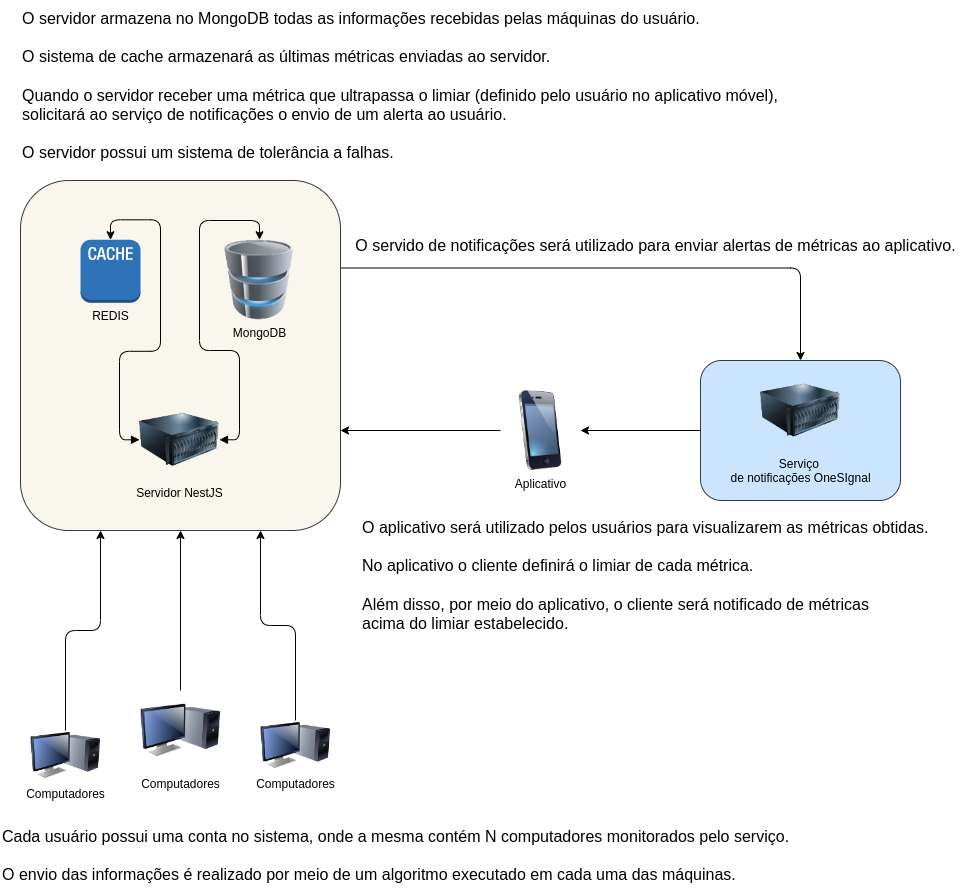
The draw.io diagram arq.png in jhonatancunha/hwhealth, before a commit. Source tidied: cells renumbered, new cells last; positions are measured from the earlier drawing's top-left corner, leaving out a move shared by most shapes.
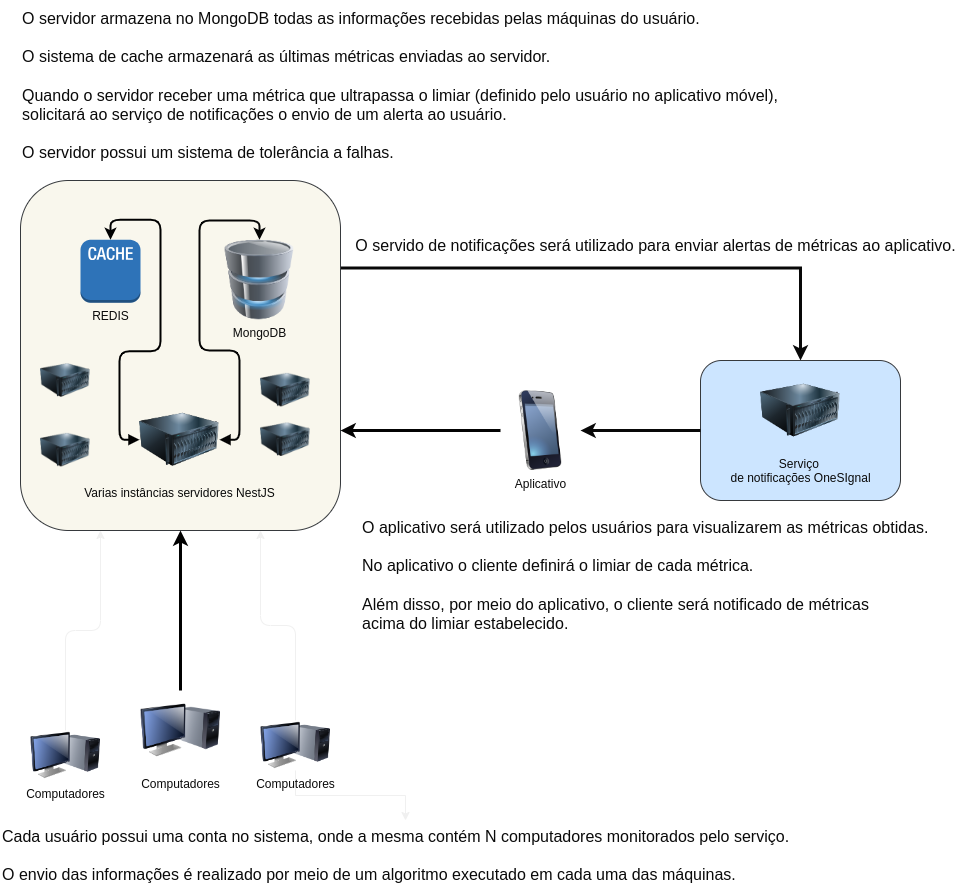
After the change.

Commit message:
refactor: alterando imagem arquitetura do sistema

Change to the diagram source:
```diff
@@ -2,91 +2,116 @@
   <root>
     <mxCell id="0" />
     <mxCell id="1" parent="0" />
-    <mxCell id="2" style="edgeStyle=orthogonalEdgeStyle;rounded=1;jettySize=auto;html=1;exitX=1;exitY=0.25;exitDx=0;exitDy=0;entryX=0.5;entryY=0;entryDx=0;entryDy=0;" parent="1" edge="1" source="3" target="14">
-      <mxGeometry relative="1" as="geometry">
-        <Array as="points">
-          <mxPoint x="800" y="268" />
-        </Array>
-      </mxGeometry>
-    </mxCell>
-    <mxCell id="3" style="rounded=1;whiteSpace=wrap;html=1;fillColor=#f9f7ed;strokeColor=#36393d;" parent="1" vertex="1">
-      <mxGeometry x="20" y="180" width="320" height="350" as="geometry" />
-    </mxCell>
-    <mxCell id="4" style="edgeStyle=orthogonalEdgeStyle;rounded=1;jettySize=auto;html=1;" parent="1" edge="1" source="5">
-      <mxGeometry relative="1" as="geometry">
-        <mxPoint x="340" y="430" as="targetPoint" />
-        <Array as="points">
-          <mxPoint x="340" y="430" />
-        </Array>
-      </mxGeometry>
-    </mxCell>
+    <mxCell id="25" style="edgeStyle=orthogonalEdgeStyle;rounded=1;jettySize=auto;html=1;exitX=1;exitY=0.25;exitDx=0;exitDy=0;entryX=0.5;entryY=0;entryDx=0;entryDy=0;fontColor=#0A0A0A;" parent="1" edge="1" source="27" target="35">
+      <mxGeometry relative="1" as="geometry">
+        <Array as="points">
+          <mxPoint x="800" y="268" />
+        </Array>
+      </mxGeometry>
+    </mxCell>
+    <mxCell id="26" style="edgeStyle=orthogonalEdgeStyle;rounded=0;jettySize=auto;html=1;exitX=1;exitY=0.25;exitDx=0;exitDy=0;entryX=0.5;entryY=0;entryDx=0;entryDy=0;fontColor=#1F1F1F;strokeColor=#080808;strokeWidth=3;" parent="1" edge="1" source="27" target="35">
+      <mxGeometry relative="1" as="geometry" />
+    </mxCell>
+    <mxCell id="27" style="rounded=1;whiteSpace=wrap;html=1;fillColor=#f9f7ed;strokeColor=#36393d;fontColor=#0A0A0A;" parent="1" vertex="1">
+      <mxGeometry x="20" y="180" width="320" height="350" as="geometry" />
+    </mxCell>
+    <mxCell id="28" style="edgeStyle=orthogonalEdgeStyle;rounded=1;jettySize=auto;html=1;fontColor=#0A0A0A;strokeColor=#030303;strokeWidth=3;" parent="1" edge="1" source="5">
+      <mxGeometry relative="1" as="geometry">
+        <mxPoint x="340" y="430" as="targetPoint" />
+        <Array as="points">
+          <mxPoint x="410" y="430" />
+          <mxPoint x="410" y="430" />
+        </Array>
+      </mxGeometry>
+    </mxCell>
-    <mxCell id="5" value="Aplicativo" style="image;html=1;image=img/lib/clip_art/telecommunication/iPhone_128x128.png;rounded=1;" parent="1" vertex="1">
+    <mxCell id="5" value="Aplicativo" style="image;html=1;image=img/lib/clip_art/telecommunication/iPhone_128x128.png;rounded=1;fontColor=#0A0A0A;labelBackgroundColor=none;" parent="1" vertex="1">
       <mxGeometry x="500" y="390" width="80" height="80" as="geometry" />
     </mxCell>
-    <mxCell id="6" value="MongoDB" style="image;html=1;image=img/lib/clip_art/computers/Database_128x128.png;rounded=1;labelBackgroundColor=none;" parent="1" vertex="1">
+    <mxCell id="6" value="MongoDB" style="image;html=1;image=img/lib/clip_art/computers/Database_128x128.png;rounded=1;labelBackgroundColor=none;fontColor=#0A0A0A;" parent="1" vertex="1">
       <mxGeometry x="219" y="239.2" width="80" height="80" as="geometry" />
     </mxCell>
-    <mxCell id="7" style="edgeStyle=orthogonalEdgeStyle;rounded=1;jettySize=auto;html=1;exitX=0.5;exitY=0;exitDx=0;exitDy=0;" parent="1" edge="1" source="8" target="3">
-      <mxGeometry relative="1" as="geometry" />
-    </mxCell>
-    <mxCell id="8" value="Computadores" style="image;html=1;image=img/lib/clip_art/computers/Monitor_Tower_128x128.png;rounded=1;" parent="1" vertex="1">
-      <mxGeometry x="140" y="690" width="80" height="80" as="geometry" />
-    </mxCell>
-    <mxCell id="9" style="edgeStyle=orthogonalEdgeStyle;rounded=1;jettySize=auto;html=1;exitX=1;exitY=0.5;exitDx=0;exitDy=0;entryX=0.5;entryY=0;entryDx=0;entryDy=0;startArrow=block;startFill=1;" parent="1" edge="1" source="11" target="6">
-      <mxGeometry relative="1" as="geometry">
-        <Array as="points">
-          <mxPoint x="239" y="439" />
-          <mxPoint x="239" y="350" />
-          <mxPoint x="199" y="350" />
-          <mxPoint x="199" y="220" />
-          <mxPoint x="259" y="220" />
-        </Array>
-      </mxGeometry>
-    </mxCell>
-    <mxCell id="10" style="edgeStyle=orthogonalEdgeStyle;rounded=1;jettySize=auto;html=1;exitX=0;exitY=0.5;exitDx=0;exitDy=0;entryX=0.5;entryY=0;entryDx=0;entryDy=0;entryPerimeter=0;startArrow=block;startFill=1;" parent="1" edge="1" source="11" target="12">
-      <mxGeometry relative="1" as="geometry" />
-    </mxCell>
-    <mxCell id="11" value="Servidor NestJS" style="image;html=1;image=img/lib/clip_art/computers/Server_128x128.png;rounded=1;labelBackgroundColor=none;" parent="1" vertex="1">
-      <mxGeometry x="139" y="399.2" width="80" height="80" as="geometry" />
-    </mxCell>
+    <mxCell id="29" style="edgeStyle=orthogonalEdgeStyle;rounded=1;jettySize=auto;html=1;exitX=0.5;exitY=0;exitDx=0;exitDy=0;fontColor=#0A0A0A;strokeColor=#000000;strokeWidth=3;" parent="1" edge="1" source="30" target="27">
+      <mxGeometry relative="1" as="geometry" />
+    </mxCell>
+    <mxCell id="30" value="Computadores" style="image;html=1;image=img/lib/clip_art/computers/Monitor_Tower_128x128.png;rounded=1;fontColor=#0A0A0A;labelBackgroundColor=none;" parent="1" vertex="1">
+      <mxGeometry x="140" y="690" width="80" height="80" as="geometry" />
+    </mxCell>
+    <mxCell id="31" style="edgeStyle=orthogonalEdgeStyle;rounded=1;jettySize=auto;html=1;exitX=1;exitY=0.5;exitDx=0;exitDy=0;entryX=0.5;entryY=0;entryDx=0;entryDy=0;startArrow=block;startFill=1;fontColor=#0A0A0A;strokeColor=#050505;strokeWidth=2;" parent="1" edge="1" source="33" target="6">
+      <mxGeometry relative="1" as="geometry">
+        <Array as="points">
+          <mxPoint x="239" y="439" />
+          <mxPoint x="239" y="350" />
+          <mxPoint x="199" y="350" />
+          <mxPoint x="199" y="220" />
+          <mxPoint x="259" y="220" />
+        </Array>
+      </mxGeometry>
+    </mxCell>
+    <mxCell id="32" style="edgeStyle=orthogonalEdgeStyle;rounded=1;jettySize=auto;html=1;exitX=0;exitY=0.5;exitDx=0;exitDy=0;entryX=0.5;entryY=0;entryDx=0;entryDy=0;entryPerimeter=0;startArrow=block;startFill=1;fontColor=#0A0A0A;strokeColor=#000000;strokeWidth=2;" parent="1" edge="1" source="33" target="12">
+      <mxGeometry relative="1" as="geometry" />
+    </mxCell>
+    <mxCell id="33" value="Varias instâncias servidores NestJS" style="image;html=1;image=img/lib/clip_art/computers/Server_128x128.png;rounded=1;labelBackgroundColor=none;fontColor=#0A0A0A;" parent="1" vertex="1">
+      <mxGeometry x="139" y="399.2" width="80" height="80" as="geometry" />
+    </mxCell>
-    <mxCell id="12" value="REDIS" style="outlineConnect=0;dashed=0;verticalLabelPosition=bottom;verticalAlign=top;align=center;html=1;shape=mxgraph.aws3.cache_node;fillColor=#2E73B8;gradientColor=none;rounded=1;" parent="1" vertex="1">
+    <mxCell id="12" value="REDIS" style="outlineConnect=0;dashed=0;verticalLabelPosition=bottom;verticalAlign=top;align=center;html=1;shape=mxgraph.aws3.cache_node;fillColor=#2E73B8;gradientColor=none;rounded=1;fontColor=#0A0A0A;" parent="1" vertex="1">
       <mxGeometry x="80" y="239.2" width="60" height="63" as="geometry" />
     </mxCell>
-    <mxCell id="13" style="group;" parent="1" vertex="1">
-      <mxGeometry x="700" y="360" width="200" height="140" as="geometry" />
-    </mxCell>
-    <mxCell id="14" style="rounded=1;whiteSpace=wrap;html=1;fillColor=#cce5ff;strokeColor=#36393d;" parent="13" vertex="1">
-      <mxGeometry width="200" height="140" as="geometry" />
-    </mxCell>
+    <mxCell id="34" style="group;fontColor=#0A0A0A;" parent="1" vertex="1">
+      <mxGeometry x="700" y="360" width="200" height="140" as="geometry" />
+    </mxCell>
+    <mxCell id="35" style="rounded=1;whiteSpace=wrap;html=1;fillColor=#cce5ff;strokeColor=#36393d;fontColor=#0A0A0A;" parent="34" vertex="1">
+      <mxGeometry width="200" height="140" as="geometry" />
+    </mxCell>
-    <mxCell id="15" value="Serviço&amp;nbsp;&lt;br&gt;de notificações OneSIgnal" style="image;html=1;image=img/lib/clip_art/computers/Server_128x128.png;rounded=1;labelBackgroundColor=none;" parent="13" vertex="1">
+    <mxCell id="15" value="Serviço&amp;nbsp;&lt;br&gt;de notificações OneSIgnal" style="image;html=1;image=img/lib/clip_art/computers/Server_128x128.png;rounded=1;labelBackgroundColor=none;fontColor=#0A0A0A;" parent="34" vertex="1">
       <mxGeometry x="60" y="10" width="80" height="80" as="geometry" />
     </mxCell>
-    <mxCell id="16" style="edgeStyle=orthogonalEdgeStyle;rounded=1;jettySize=auto;html=1;exitX=0;exitY=0.5;exitDx=0;exitDy=0;" parent="1" edge="1" source="14" target="5">
-      <mxGeometry relative="1" as="geometry" />
-    </mxCell>
-    <mxCell id="17" style="edgeStyle=orthogonalEdgeStyle;rounded=1;jettySize=auto;html=1;exitX=0.5;exitY=0;exitDx=0;exitDy=0;entryX=0.75;entryY=1;entryDx=0;entryDy=0;" parent="1" edge="1" source="18" target="3">
-      <mxGeometry relative="1" as="geometry" />
-    </mxCell>
-    <mxCell id="18" value="Computadores" style="image;html=1;image=img/lib/clip_art/computers/Monitor_Tower_128x128.png;rounded=1;" parent="1" vertex="1">
-      <mxGeometry x="260" y="720" width="70" height="50" as="geometry" />
-    </mxCell>
-    <mxCell id="19" style="edgeStyle=orthogonalEdgeStyle;rounded=1;jettySize=auto;html=1;exitX=0.5;exitY=0;exitDx=0;exitDy=0;entryX=0.25;entryY=1;entryDx=0;entryDy=0;" parent="1" edge="1" source="20" target="3">
-      <mxGeometry relative="1" as="geometry" />
-    </mxCell>
-    <mxCell id="20" value="Computadores" style="image;html=1;image=img/lib/clip_art/computers/Monitor_Tower_128x128.png;rounded=1;" parent="1" vertex="1">
-      <mxGeometry x="30" y="730" width="70" height="50" as="geometry" />
-    </mxCell>
+    <mxCell id="36" style="edgeStyle=orthogonalEdgeStyle;rounded=1;jettySize=auto;html=1;exitX=0;exitY=0.5;exitDx=0;exitDy=0;fontColor=#0A0A0A;strokeColor=#080808;strokeWidth=3;" parent="1" edge="1" source="35">
+      <mxGeometry relative="1" as="geometry">
+        <mxPoint x="580" y="430" as="targetPoint" />
+        <Array as="points">
+          <mxPoint x="660" y="430" />
+          <mxPoint x="660" y="430" />
+        </Array>
+      </mxGeometry>
+    </mxCell>
+    <mxCell id="37" style="edgeStyle=orthogonalEdgeStyle;rounded=1;jettySize=auto;html=1;exitX=0.5;exitY=0;exitDx=0;exitDy=0;entryX=0.75;entryY=1;entryDx=0;entryDy=0;fontColor=#0A0A0A;" parent="1" edge="1" source="39" target="27">
+      <mxGeometry relative="1" as="geometry" />
+    </mxCell>
+    <mxCell id="38" style="edgeStyle=orthogonalEdgeStyle;rounded=0;jettySize=auto;html=1;" parent="1" edge="1" source="39" target="21">
+      <mxGeometry relative="1" as="geometry" />
+    </mxCell>
+    <mxCell id="39" value="Computadores" style="image;html=1;image=img/lib/clip_art/computers/Monitor_Tower_128x128.png;rounded=1;fontColor=#0A0A0A;labelBackgroundColor=none;" parent="1" vertex="1">
+      <mxGeometry x="260" y="720" width="70" height="50" as="geometry" />
+    </mxCell>
+    <mxCell id="40" style="edgeStyle=orthogonalEdgeStyle;rounded=1;jettySize=auto;html=1;exitX=0.5;exitY=0;exitDx=0;exitDy=0;entryX=0.25;entryY=1;entryDx=0;entryDy=0;fontColor=#0A0A0A;" parent="1" edge="1" source="41" target="27">
+      <mxGeometry relative="1" as="geometry" />
+    </mxCell>
+    <mxCell id="41" value="Computadores" style="image;html=1;image=img/lib/clip_art/computers/Monitor_Tower_128x128.png;rounded=1;fontColor=#0A0A0A;labelBackgroundColor=none;" parent="1" vertex="1">
+      <mxGeometry x="30" y="730" width="70" height="50" as="geometry" />
+    </mxCell>
-    <mxCell id="21" value="Cada usuário possui uma conta no sistema, onde a mesma contém N computadores monitorados pelo serviço.&lt;br&gt;&lt;br&gt;O envio das informações é realizado por meio de um algoritmo executado em cada uma das máquinas." style="text;html=1;align=left;verticalAlign=middle;points=[];strokeColor=none;fillColor=none;fontSize=16;" parent="1" vertex="1">
+    <mxCell id="21" value="Cada usuário possui uma conta no sistema, onde a mesma contém N computadores monitorados pelo serviço.&lt;br&gt;&lt;br&gt;O envio das informações é realizado por meio de um algoritmo executado em cada uma das máquinas." style="text;html=1;align=left;verticalAlign=middle;points=[];strokeColor=none;fillColor=none;fontSize=16;fontColor=#0A0A0A;" parent="1" vertex="1">
       <mxGeometry y="820" width="810" height="70" as="geometry" />
     </mxCell>
-    <mxCell id="22" value="O servidor armazena no MongoDB todas as informações recebidas pelas máquinas do usuário.&lt;br&gt;&lt;br&gt;O sistema de cache armazenará as últimas métricas enviadas ao servidor.&lt;br&gt;&lt;br&gt;Quando o servidor receber uma métrica que ultrapassa o limiar (definido pelo usuário no aplicativo móvel), &lt;br&gt;solicitará ao serviço de notificações o envio de um alerta ao usuário.&lt;br&gt;&lt;br&gt;O servidor possui um sistema de tolerância a falhas." style="text;html=1;align=left;verticalAlign=middle;strokeColor=none;fillColor=none;fontSize=16;" parent="1" vertex="1">
+    <mxCell id="22" value="O servidor armazena no MongoDB todas as informações recebidas pelas máquinas do usuário.&lt;br&gt;&lt;br&gt;O sistema de cache armazenará as últimas métricas enviadas ao servidor.&lt;br&gt;&lt;br&gt;Quando o servidor receber uma métrica que ultrapassa o limiar (definido pelo usuário no aplicativo móvel), &lt;br&gt;solicitará ao serviço de notificações o envio de um alerta ao usuário.&lt;br&gt;&lt;br&gt;O servidor possui um sistema de tolerância a falhas." style="text;html=1;align=left;verticalAlign=middle;strokeColor=none;fillColor=none;fontSize=16;fontColor=#0A0A0A;" parent="1" vertex="1">
       <mxGeometry x="20" width="780" height="170" as="geometry" />
     </mxCell>
-    <mxCell id="23" value="O aplicativo será utilizado pelos usuários para visualizarem as métricas obtidas.&lt;br&gt;&lt;br&gt;No aplicativo o cliente definirá o limiar de cada métrica.&lt;br&gt;&lt;br&gt;Além disso, por meio do aplicativo, o cliente será notificado de métricas &lt;br&gt;acima do limiar estabelecido." style="text;html=1;align=left;verticalAlign=middle;strokeColor=none;fillColor=none;fontSize=16;" parent="1" vertex="1">
+    <mxCell id="23" value="O aplicativo será utilizado pelos usuários para visualizarem as métricas obtidas.&lt;br&gt;&lt;br&gt;No aplicativo o cliente definirá o limiar de cada métrica.&lt;br&gt;&lt;br&gt;Além disso, por meio do aplicativo, o cliente será notificado de métricas &lt;br&gt;acima do limiar estabelecido." style="text;html=1;align=left;verticalAlign=middle;strokeColor=none;fillColor=none;fontSize=16;fontColor=#0A0A0A;" parent="1" vertex="1">
       <mxGeometry x="360" y="510" width="590" height="130" as="geometry" />
     </mxCell>
-    <mxCell id="24" value="O servido de notificações será utilizado para enviar alertas de métricas ao aplicativo." style="text;html=1;align=center;verticalAlign=middle;strokeColor=none;fillColor=none;fontSize=16;" parent="1" vertex="1">
+    <mxCell id="24" value="O servido de notificações será utilizado para enviar alertas de métricas ao aplicativo." style="text;html=1;align=center;verticalAlign=middle;strokeColor=none;fillColor=none;fontSize=16;fontColor=#0A0A0A;strokeWidth=7;" parent="1" vertex="1">
       <mxGeometry x="345" y="230" width="620" height="30" as="geometry" />
     </mxCell>
+    <mxCell id="42" style="image;html=1;image=img/lib/clip_art/computers/Server_128x128.png;rounded=1;labelBackgroundColor=none;fontColor=#0A0A0A;" parent="1" vertex="1">
+      <mxGeometry x="260" y="409.6" width="50" height="59.2" as="geometry" />
+    </mxCell>
+    <mxCell id="43" style="image;html=1;image=img/lib/clip_art/computers/Server_128x128.png;rounded=1;labelBackgroundColor=none;fontColor=#0A0A0A;" parent="1" vertex="1">
+      <mxGeometry x="40" y="420" width="50" height="59.2" as="geometry" />
+    </mxCell>
+    <mxCell id="44" style="image;html=1;image=img/lib/clip_art/computers/Server_128x128.png;rounded=1;labelBackgroundColor=none;fontColor=#0A0A0A;" parent="1" vertex="1">
+      <mxGeometry x="40" y="350.4" width="50" height="59.2" as="geometry" />
+    </mxCell>
+    <mxCell id="45" style="image;html=1;image=img/lib/clip_art/computers/Server_128x128.png;rounded=1;labelBackgroundColor=none;fontColor=#0A0A0A;" parent="1" vertex="1">
+      <mxGeometry x="260" y="360" width="50" height="59.2" as="geometry" />
+    </mxCell>
   </root>
 </mxGraphModel>
```
